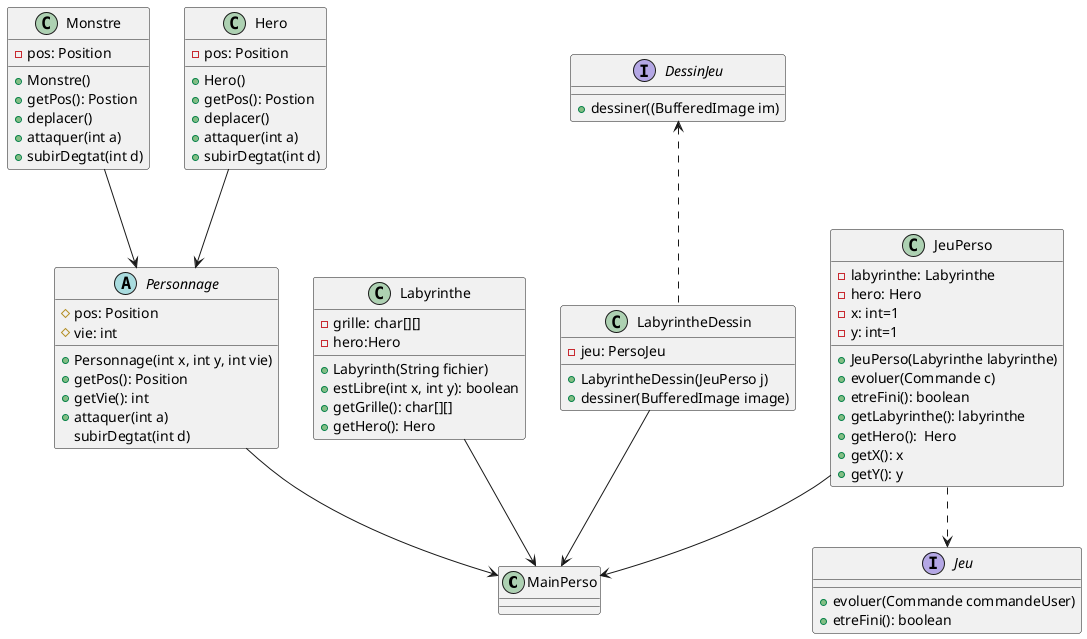
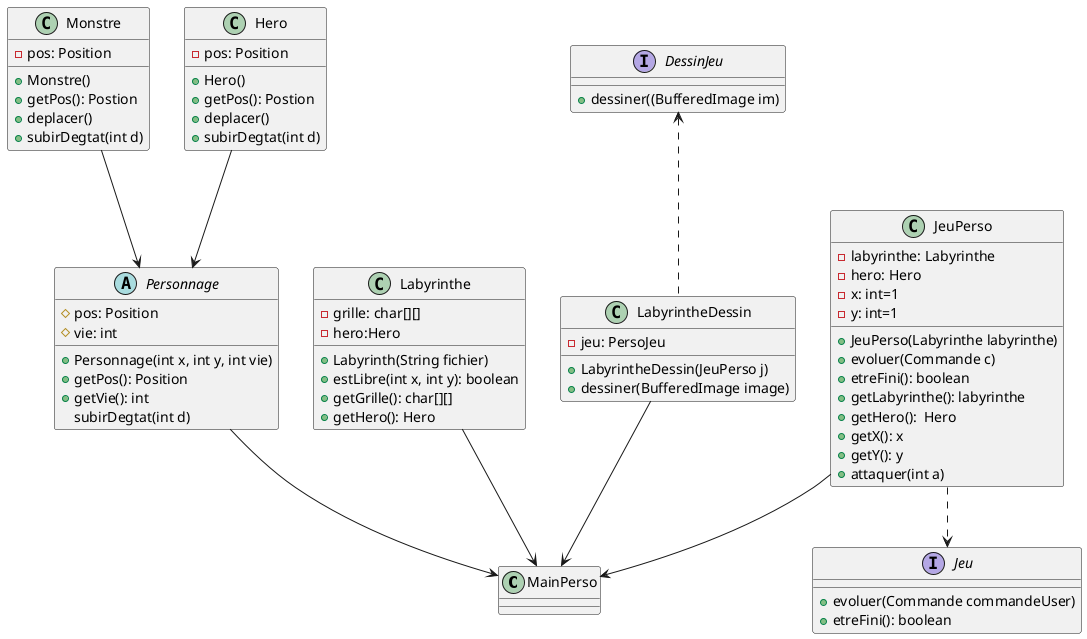
@startuml
'https://plantuml.com/class-diagram

class MainPerso

interface Jeu{
+evoluer(Commande commandeUser)
+etreFini(): boolean
}

class Monstre{
-pos: Position
+Monstre()
+getPos(): Postion
+deplacer()
- +attaquer(int a)
+subirDegtat(int d)
}

abstract Personnage{
#pos: Position
#vie: int
+Personnage(int x, int y, int vie)
+getPos(): Position
+getVie(): int
- +attaquer(int a)
subirDegtat(int d)
}

class Hero{
-pos: Position
+Hero()
+getPos(): Postion
+deplacer()
- +attaquer(int a)
+subirDegtat(int d)
}

class Labyrinthe{
-grille: char[][]
-hero:Hero
+Labyrinth(String fichier)
+estLibre(int x, int y): boolean
+getGrille(): char[][]
+getHero(): Hero
}

class LabyrintheDessin{
-jeu: PersoJeu
+LabyrintheDessin(JeuPerso j)
+dessiner(BufferedImage image)
}

interface DessinJeu{
+dessiner((BufferedImage im)
}

class JeuPerso{
-labyrinthe: Labyrinthe
-hero: Hero
-x: int=1
-y: int=1
+JeuPerso(Labyrinthe labyrinthe)
+evoluer(Commande c)
+etreFini(): boolean
+getLabyrinthe(): labyrinthe
+getHero():  Hero
+getX(): x
+getY(): y
+ +attaquer(int a)
}

Hero --> Personnage
Monstre--> Personnage
Personnage --> MainPerso
Labyrinthe --> MainPerso

JeuPerso..>Jeu
LabyrintheDessin-->MainPerso
JeuPerso-->MainPerso

DessinJeu<.. LabyrintheDessin


@enduml